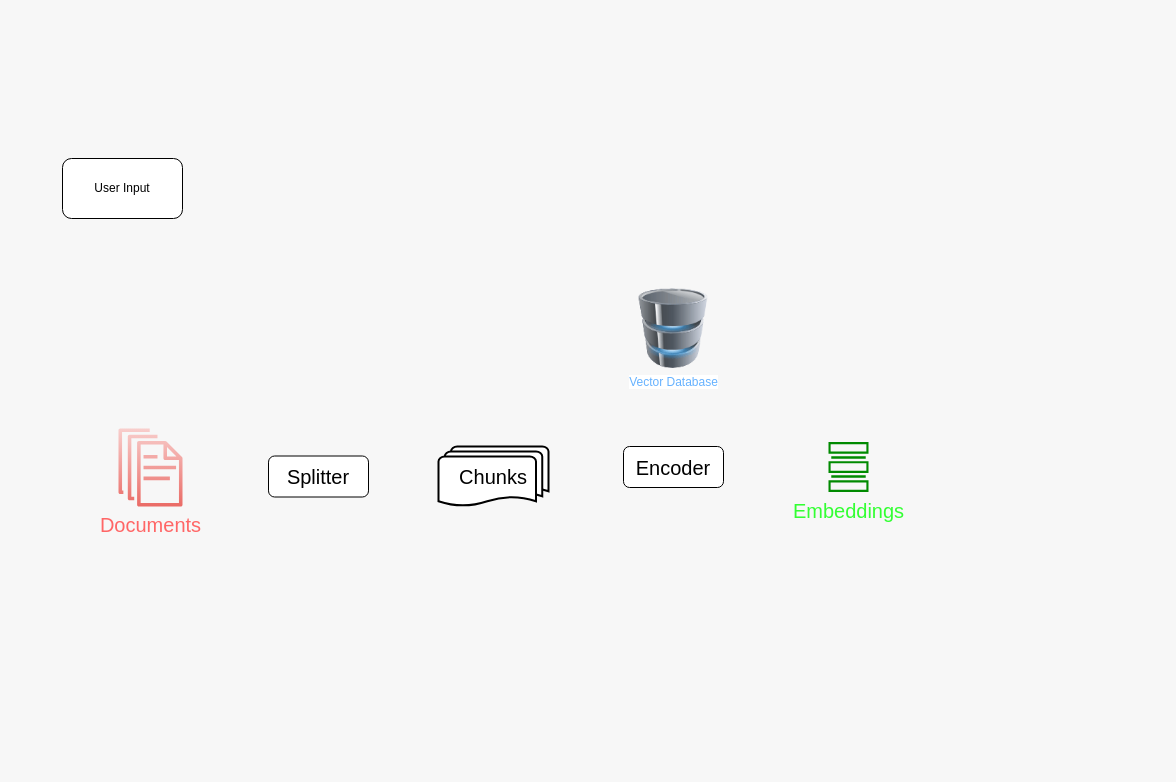
Before: Tasks4AutoGen/autogen-rag.drawio in thinkall/autogen-demos, a draw.io diagram. Source tidied: cells renumbered, new cells numbered last; positions are measured from the earlier drawing's top-left corner, leaving out a move shared by most shapes. Both pictures are drawn from the tidied source at 100%, with x=0, y=0 at pixel (62, 158). Pictures stored in the file or linked from it are replaced by grey dashed boxes.
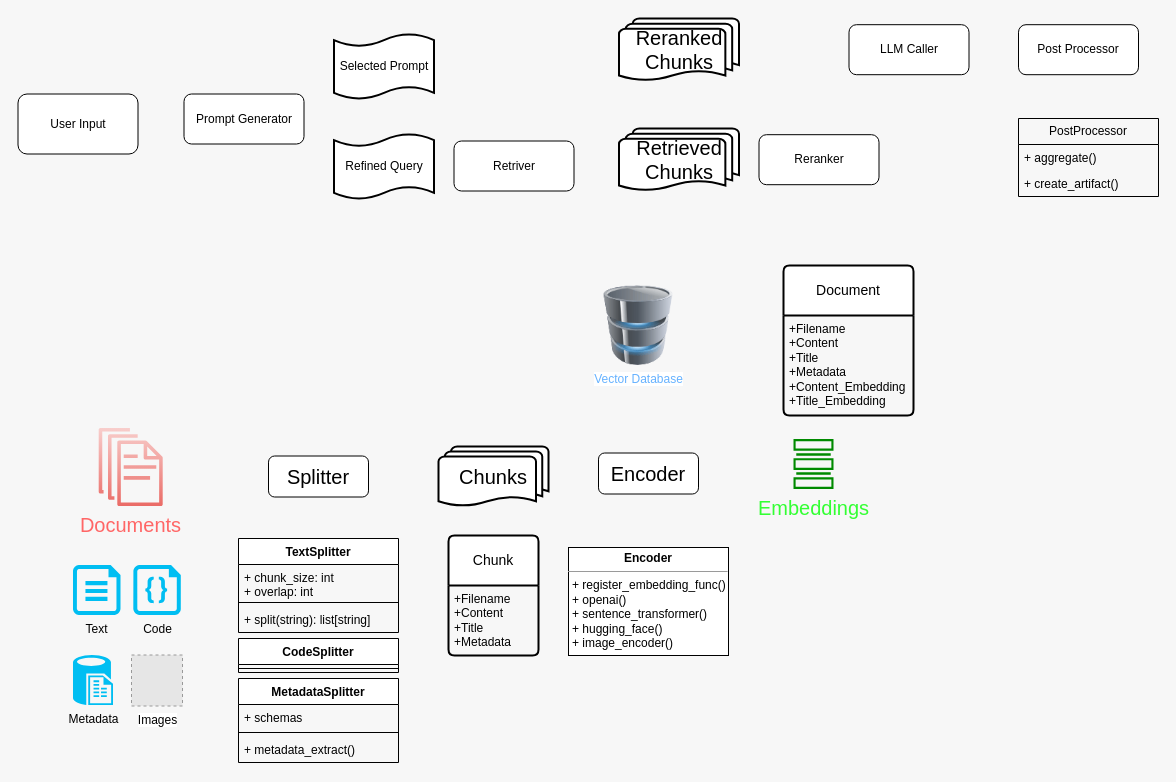
The same diagram, later.

Diff of the diagram source:
```diff
@@
     <mxCell id="4" value="&lt;font color=&quot;#ff6666&quot; style=&quot;font-size: 20px;&quot;&gt;Documents&lt;/font&gt;" style="sketch=0;dashed=0;verticalLabelPosition=bottom;verticalAlign=top;align=center;html=1;fontSize=20;fontStyle=0;shape=mxgraph.aws4.documents;fillColor=#f8cecc;strokeColor=#b85450;gradientColor=#ea6b66;" parent="1" vertex="1">
-      <mxGeometry x="56" y="270" width="64" height="78" as="geometry" />
+      <mxGeometry x="36.2" y="269.5" width="64" height="78" as="geometry" />
     </mxCell>
     <mxCell id="5" value="Encoder" style="rounded=1;whiteSpace=wrap;html=1;fontSize=20;" parent="1" vertex="1">
-      <mxGeometry x="561" y="288" width="100" height="41" as="geometry" />
+      <mxGeometry x="536" y="294.5" width="100" height="41" as="geometry" />
     </mxCell>
     <mxCell id="6" value="&lt;font color=&quot;#33ff33&quot; style=&quot;font-size: 20px;&quot;&gt;Embeddings&lt;/font&gt;" style="sketch=0;shadow=0;dashed=0;html=1;strokeColor=#005700;fillColor=#008a00;labelPosition=center;verticalLabelPosition=bottom;verticalAlign=top;align=center;shape=mxgraph.veeam2.datastore_empty;fontColor=#ffffff;fontSize=20;" parent="1" vertex="1">
-      <mxGeometry x="766" y="283.5" width="40" height="50" as="geometry" />
+      <mxGeometry x="731" y="280.5" width="40" height="50" as="geometry" />
     </mxCell>
     <mxCell id="7" value="&lt;font color=&quot;#66b2ff&quot;&gt;Vector Database&lt;/font&gt;" style="image;html=1;image=img/lib/clip_art/computers/Database_128x128.png;" parent="1" vertex="1">
-      <mxGeometry x="571" y="130" width="80" height="80" as="geometry" />
+      <mxGeometry x="536" y="127" width="80" height="80" as="geometry" />
     </mxCell>
     <mxCell id="8" value="User Input" style="rounded=1;whiteSpace=wrap;html=1;" parent="1" vertex="1">
-      <mxGeometry width="120" height="60" as="geometry" />
+      <mxGeometry x="-44.5" y="-64.5" width="120" height="60" as="geometry" />
     </mxCell>
+    <mxCell id="9" value="Prompt Generator" style="rounded=1;whiteSpace=wrap;html=1;" parent="1" vertex="1">
+      <mxGeometry x="121.5" y="-64.5" width="120" height="50" as="geometry" />
+    </mxCell>
+    <mxCell id="10" style="edgeStyle=orthogonalEdgeStyle;rounded=0;orthogonalLoop=1;jettySize=auto;html=1;exitX=0.5;exitY=1;exitDx=0;exitDy=0;" parent="1" edge="1" source="9" target="9">
+      <mxGeometry relative="1" as="geometry" />
+    </mxCell>
+    <mxCell id="11" value="Refined Query" style="shape=tape;whiteSpace=wrap;html=1;strokeWidth=2;size=0.19;" parent="1" vertex="1">
+      <mxGeometry x="271.5" y="-24.5" width="100" height="65" as="geometry" />
+    </mxCell>
+    <mxCell id="12" value="Selected Prompt" style="shape=tape;whiteSpace=wrap;html=1;strokeWidth=2;size=0.19;" parent="1" vertex="1">
+      <mxGeometry x="271.5" y="-124.5" width="100" height="65" as="geometry" />
+    </mxCell>
+    <mxCell id="13" value="Retriver" style="rounded=1;whiteSpace=wrap;html=1;" parent="1" vertex="1">
+      <mxGeometry x="391.5" y="-17.5" width="120" height="50" as="geometry" />
+    </mxCell>
+    <mxCell id="14" value="Retrieved&lt;br&gt;Chunks" style="strokeWidth=2;html=1;shape=mxgraph.flowchart.multi-document;whiteSpace=wrap;fontSize=20;" parent="1" vertex="1">
+      <mxGeometry x="556.5" y="-30" width="120" height="62.5" as="geometry" />
+    </mxCell>
+    <mxCell id="15" value="Reranker" style="rounded=1;whiteSpace=wrap;html=1;" parent="1" vertex="1">
+      <mxGeometry x="696.5" y="-23.8" width="120" height="50" as="geometry" />
+    </mxCell>
+    <mxCell id="16" value="Reranked&lt;br&gt;Chunks" style="strokeWidth=2;html=1;shape=mxgraph.flowchart.multi-document;whiteSpace=wrap;fontSize=20;" parent="1" vertex="1">
+      <mxGeometry x="556.5" y="-140" width="120" height="62.5" as="geometry" />
+    </mxCell>
+    <mxCell id="17" value="LLM Caller" style="rounded=1;whiteSpace=wrap;html=1;" parent="1" vertex="1">
+      <mxGeometry x="786.5" y="-133.8" width="120" height="50" as="geometry" />
+    </mxCell>
+    <mxCell id="18" value="Code" style="verticalLabelPosition=bottom;html=1;verticalAlign=top;align=center;strokeColor=none;fillColor=#00BEF2;shape=mxgraph.azure.code_file;" parent="1" vertex="1">
+      <mxGeometry x="70.8" y="406.5" width="47.5" height="50" as="geometry" />
+    </mxCell>
+    <mxCell id="19" value="Text" style="verticalLabelPosition=bottom;html=1;verticalAlign=top;align=center;strokeColor=none;fillColor=#00BEF2;shape=mxgraph.azure.file;" parent="1" vertex="1">
+      <mxGeometry x="10.5" y="406.5" width="47.5" height="50" as="geometry" />
+    </mxCell>
+    <mxCell id="20" value="Metadata" style="verticalLabelPosition=bottom;html=1;verticalAlign=top;align=center;strokeColor=none;fillColor=#00BEF2;shape=mxgraph.azure.sql_reporting;" parent="1" vertex="1">
+      <mxGeometry x="10.5" y="496.5" width="40" height="50" as="geometry" />
+    </mxCell>
+    <mxCell id="21" value="CodeSplitter" style="swimlane;fontStyle=1;align=center;verticalAlign=top;horizontal=1;startSize=26;whiteSpace=wrap;html=1;" parent="1" vertex="1">
+      <mxGeometry x="176" y="480" width="160" height="34" as="geometry" />
+    </mxCell>
+    <mxCell id="22" style="line;strokeWidth=1;fillColor=none;align=left;verticalAlign=middle;spacingTop=-1;spacingLeft=3;spacingRight=3;labelPosition=right;strokeColor=inherit;" parent="21" vertex="1">
+      <mxGeometry y="26" width="160" height="8" as="geometry" />
+    </mxCell>
+    <mxCell id="23" value="Images" style="fillColor=#E6E6E6;strokeColor=#999999;dashed=1;html=1;verticalAlign=top;verticalLabelPosition=bottom;labelBackgroundColor=#ffffff;" parent="1" vertex="1">
+      <mxGeometry x="69" y="496.5" width="51" height="51" as="geometry" />
+    </mxCell>
+    <mxCell id="24" value="Chunk" style="swimlane;horizontal=1;startSize=50;rounded=1;fontSize=14;fontStyle=0;strokeWidth=2;shadow=0;dashed=0;align=center;arcSize=4;whiteSpace=wrap;html=1;" parent="1" vertex="1">
+      <mxGeometry x="386" y="377" width="90" height="120" as="geometry" />
+    </mxCell>
+    <mxCell id="25" value="+Filename&lt;br&gt;+Content&lt;br&gt;+Title&lt;br&gt;+Metadata" style="align=left;strokeColor=none;fillColor=none;spacingLeft=4;fontSize=12;verticalAlign=top;html=1;" parent="24" vertex="1">
+      <mxGeometry y="50" width="90" height="70" as="geometry" />
+    </mxCell>
+    <mxCell id="26" value="Document" style="swimlane;horizontal=1;startSize=50;rounded=1;fontSize=14;fontStyle=0;strokeWidth=2;shadow=0;dashed=0;align=center;arcSize=4;whiteSpace=wrap;html=1;" parent="1" vertex="1">
+      <mxGeometry x="721" y="107" width="130" height="150" as="geometry" />
+    </mxCell>
+    <mxCell id="27" value="+Filename&lt;br&gt;+Content&lt;br&gt;+Title&lt;br&gt;+Metadata&lt;br&gt;+Content_Embedding&lt;br&gt;+Title_Embedding" style="align=left;strokeColor=none;fillColor=none;spacingLeft=4;fontSize=12;verticalAlign=top;html=1;" parent="26" vertex="1">
+      <mxGeometry y="50" width="130" height="100" as="geometry" />
+    </mxCell>
+    <mxCell id="28" value="&lt;p style=&quot;margin:0px;margin-top:4px;text-align:center;&quot;&gt;&lt;b&gt;Encoder&lt;/b&gt;&lt;/p&gt;&lt;hr size=&quot;1&quot;&gt;&lt;p style=&quot;margin:0px;margin-left:4px;&quot;&gt;+ register_embedding_func()&lt;/p&gt;&lt;p style=&quot;margin:0px;margin-left:4px;&quot;&gt;+ openai()&lt;/p&gt;&lt;p style=&quot;margin:0px;margin-left:4px;&quot;&gt;&lt;span style=&quot;background-color: initial;&quot;&gt;+ sentence_transformer()&lt;/span&gt;&lt;br&gt;&lt;/p&gt;&lt;p style=&quot;margin:0px;margin-left:4px;&quot;&gt;&lt;span style=&quot;background-color: initial;&quot;&gt;+ hugging_face()&lt;/span&gt;&lt;/p&gt;&lt;p style=&quot;margin:0px;margin-left:4px;&quot;&gt;&lt;span style=&quot;background-color: initial;&quot;&gt;+ image_encoder()&lt;/span&gt;&lt;/p&gt;" style="verticalAlign=top;align=left;overflow=fill;fontSize=12;fontFamily=Helvetica;html=1;whiteSpace=wrap;" parent="1" vertex="1">
+      <mxGeometry x="506" y="389" width="160" height="108" as="geometry" />
+    </mxCell>
+    <mxCell id="29" value="TextSplitter" style="swimlane;fontStyle=1;align=center;verticalAlign=top;horizontal=1;startSize=26;whiteSpace=wrap;html=1;" parent="1" vertex="1">
+      <mxGeometry x="176" y="380" width="160" height="94" as="geometry" />
+    </mxCell>
+    <mxCell id="30" value="+ chunk_size: int&lt;br&gt;+ overlap: int" style="text;strokeColor=none;fillColor=none;align=left;verticalAlign=top;spacingLeft=4;spacingRight=4;overflow=hidden;whiteSpace=wrap;html=1;" parent="29" vertex="1">
+      <mxGeometry y="26" width="160" height="34" as="geometry" />
+    </mxCell>
+    <mxCell id="31" style="line;strokeWidth=1;fillColor=none;align=left;verticalAlign=middle;spacingTop=-1;spacingLeft=3;spacingRight=3;labelPosition=right;strokeColor=inherit;" parent="29" vertex="1">
+      <mxGeometry y="60" width="160" height="8" as="geometry" />
+    </mxCell>
+    <mxCell id="32" value="+ split(string): list[string]" style="text;strokeColor=none;fillColor=none;align=left;verticalAlign=top;spacingLeft=4;spacingRight=4;overflow=hidden;whiteSpace=wrap;html=1;" parent="29" vertex="1">
+      <mxGeometry y="68" width="160" height="26" as="geometry" />
+    </mxCell>
+    <mxCell id="33" value="MetadataSplitter" style="swimlane;fontStyle=1;align=center;verticalAlign=top;horizontal=1;startSize=26;whiteSpace=wrap;html=1;" parent="1" vertex="1">
+      <mxGeometry x="176" y="520" width="160" height="84" as="geometry" />
+    </mxCell>
+    <mxCell id="34" value="+ schemas" style="text;strokeColor=none;fillColor=none;align=left;verticalAlign=top;spacingLeft=4;spacingRight=4;overflow=hidden;whiteSpace=wrap;html=1;" parent="33" vertex="1">
+      <mxGeometry y="26" width="160" height="24" as="geometry" />
+    </mxCell>
+    <mxCell id="35" style="line;strokeWidth=1;fillColor=none;align=left;verticalAlign=middle;spacingTop=-1;spacingLeft=3;spacingRight=3;labelPosition=right;strokeColor=inherit;" parent="33" vertex="1">
+      <mxGeometry y="50" width="160" height="8" as="geometry" />
+    </mxCell>
+    <mxCell id="36" value="+ metadata_extract()" style="text;strokeColor=none;fillColor=none;align=left;verticalAlign=top;spacingLeft=4;spacingRight=4;overflow=hidden;whiteSpace=wrap;html=1;" parent="33" vertex="1">
+      <mxGeometry y="58" width="160" height="26" as="geometry" />
+    </mxCell>
+    <mxCell id="37" value="Post Processor" style="rounded=1;whiteSpace=wrap;html=1;" parent="1" vertex="1">
+      <mxGeometry x="956" y="-133.8" width="120" height="50" as="geometry" />
+    </mxCell>
+    <mxCell id="38" value="PostProcessor" style="swimlane;fontStyle=0;horizontal=1;startSize=26;fillColor=none;whiteSpace=wrap;html=1;" parent="1" vertex="1">
+      <mxGeometry x="956" y="-40" width="140" height="78" as="geometry" />
+    </mxCell>
+    <mxCell id="39" value="+ aggregate()" style="text;strokeColor=none;fillColor=none;align=left;verticalAlign=top;spacingLeft=4;spacingRight=4;overflow=hidden;whiteSpace=wrap;html=1;" parent="38" vertex="1">
+      <mxGeometry y="26" width="140" height="26" as="geometry" />
+    </mxCell>
+    <mxCell id="40" value="+ create_artifact()" style="text;strokeColor=none;fillColor=none;align=left;verticalAlign=top;spacingLeft=4;spacingRight=4;overflow=hidden;whiteSpace=wrap;html=1;" parent="38" vertex="1">
+      <mxGeometry y="52" width="140" height="26" as="geometry" />
+    </mxCell>
```
